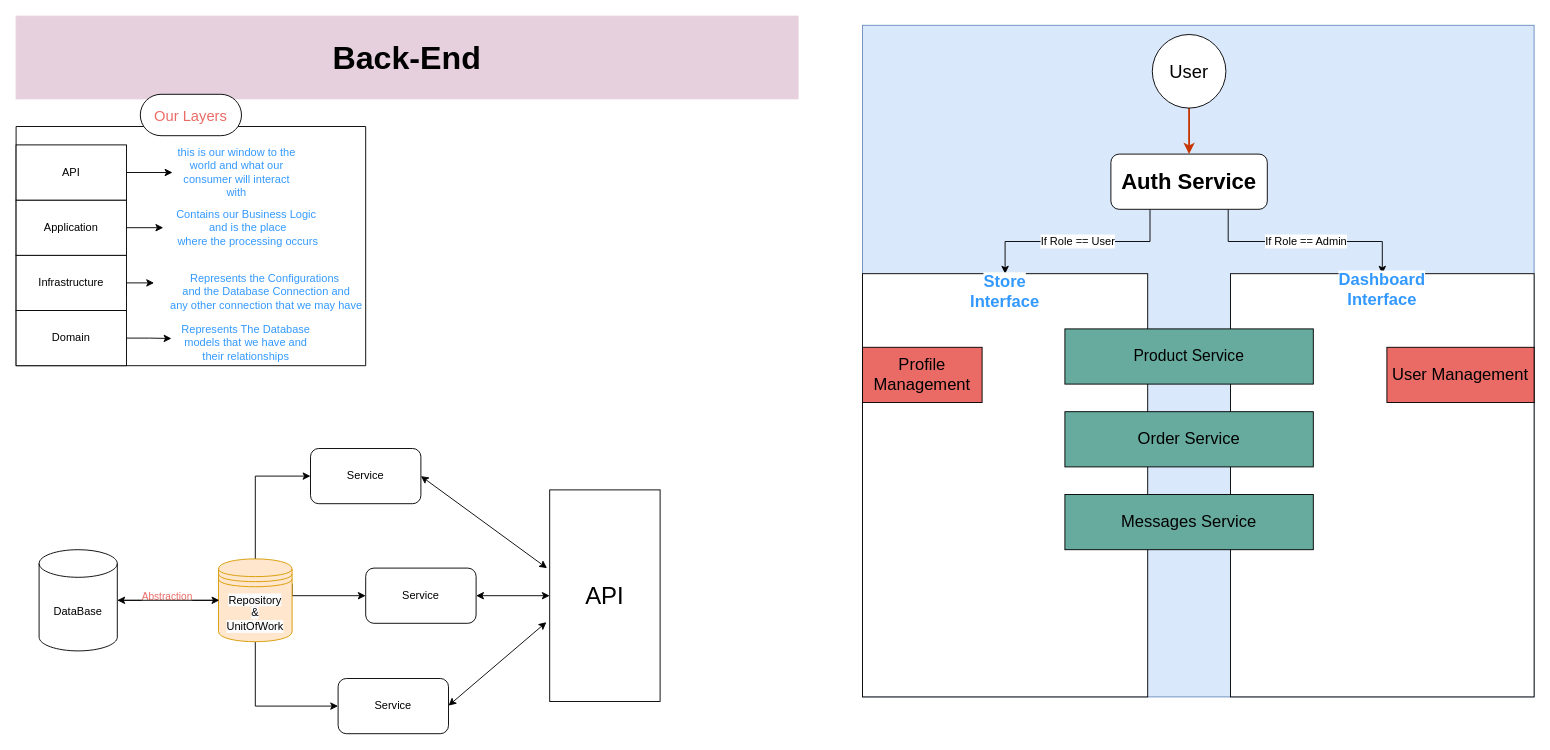
Above: Untitled Diagram.drawio in Ozzy-ZY/Ctrl_P_backEnd (draw.io), before the change. Source tidied: cells renumbered, new cells numbered last; positions are measured from the earlier drawing's top-left corner, leaving out a move shared by most shapes. Both pictures are drawn from the tidied source at 92%, with x=0, y=0 at pixel (16, 16).
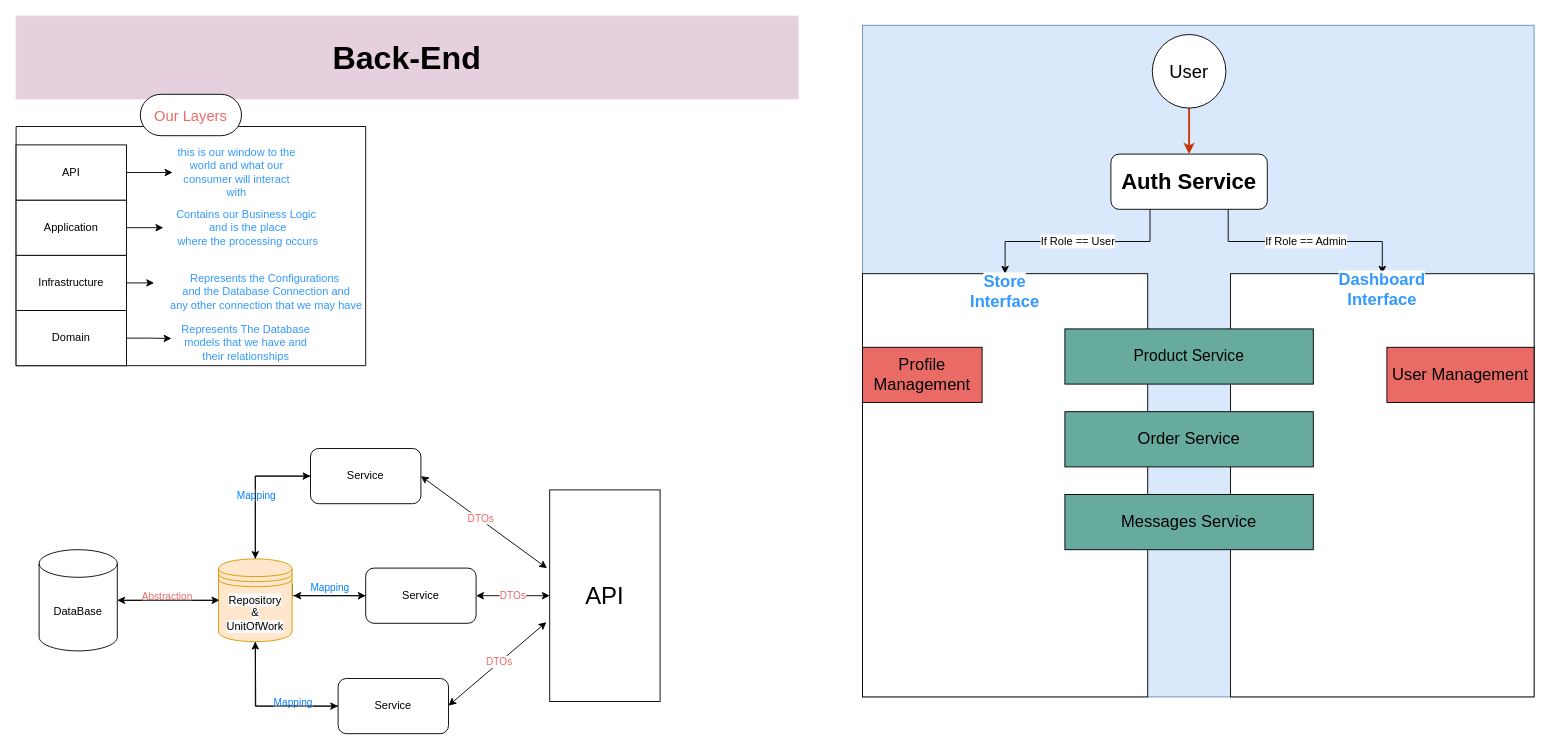
After the change.

The change refers to these unchanged cells:
```xml
<mxCell id="35" style="edgeStyle=orthogonalEdgeStyle;rounded=0;jettySize=auto;html=1;exitX=0.5;exitY=0;exitDx=0;exitDy=0;entryX=0;entryY=0.5;entryDx=0;entryDy=0;" parent="1" edge="1" source="38" target="42">
  <mxGeometry relative="1" as="geometry" />
</mxCell>
<mxCell id="36" style="edgeStyle=orthogonalEdgeStyle;rounded=0;jettySize=auto;html=1;exitX=1;exitY=0.3;exitDx=0;exitDy=0;entryX=0;entryY=0.5;entryDx=0;entryDy=0;" parent="1" edge="1" source="38" target="41">
  <mxGeometry relative="1" as="geometry">
    <Array as="points">
      <mxPoint x="300" y="630" />
    </Array>
  </mxGeometry>
</mxCell>
<mxCell id="37" style="edgeStyle=orthogonalEdgeStyle;rounded=0;jettySize=auto;html=1;exitX=0.5;exitY=1;exitDx=0;exitDy=0;entryX=0;entryY=0.5;entryDx=0;entryDy=0;" parent="1" edge="1" source="38" target="40">
  <mxGeometry relative="1" as="geometry" />
</mxCell>
<mxCell id="38" value="&lt;span style=&quot;color: rgb(0, 0, 0); font-family: Helvetica; font-size: 12px; font-style: normal; font-variant-ligatures: normal; font-variant-caps: normal; font-weight: 400; letter-spacing: normal; orphans: 2; text-align: center; text-indent: 0px; text-transform: none; widows: 2; word-spacing: 0px; -webkit-text-stroke-width: 0px; white-space: normal; background-color: rgb(251, 251, 251); text-decoration-thickness: initial; text-decoration-style: initial; text-decoration-color: initial; display: inline !important; float: none;&quot;&gt;Repository&lt;/span&gt;&lt;div&gt;&lt;span style=&quot;color: rgb(0, 0, 0); font-family: Helvetica; font-size: 12px; font-style: normal; font-variant-ligatures: normal; font-variant-caps: normal; font-weight: 400; letter-spacing: normal; orphans: 2; text-align: center; text-indent: 0px; text-transform: none; widows: 2; word-spacing: 0px; -webkit-text-stroke-width: 0px; white-space: normal; background-color: rgb(251, 251, 251); text-decoration-thickness: initial; text-decoration-style: initial; text-decoration-color: initial; display: inline !important; float: none;&quot;&gt;&amp;amp;&lt;/span&gt;&lt;/div&gt;&lt;div&gt;&lt;span style=&quot;color: rgb(0, 0, 0); font-family: Helvetica; font-size: 12px; font-style: normal; font-variant-ligatures: normal; font-variant-caps: normal; font-weight: 400; letter-spacing: normal; orphans: 2; text-align: center; text-indent: 0px; text-transform: none; widows: 2; word-spacing: 0px; -webkit-text-stroke-width: 0px; white-space: normal; background-color: rgb(251, 251, 251); text-decoration-thickness: initial; text-decoration-style: initial; text-decoration-color: initial; display: inline !important; float: none;&quot;&gt;UnitOfWork&lt;/span&gt;&lt;/div&gt;" style="shape=datastore;whiteSpace=wrap;html=1;fillColor=#ffe6cc;strokeColor=#d79b00;" parent="1" vertex="1">
  <mxGeometry x="220" y="590" width="80" height="90" as="geometry" />
</mxCell>
<mxCell id="40" value="Service" style="rounded=1;whiteSpace=wrap;html=1;" parent="1" vertex="1">
  <mxGeometry x="350" y="720" width="120" height="60" as="geometry" />
</mxCell>
<mxCell id="41" value="Service" style="rounded=1;whiteSpace=wrap;html=1;" parent="1" vertex="1">
  <mxGeometry x="380" y="600" width="120" height="60" as="geometry" />
</mxCell>
<mxCell id="42" value="Service" style="rounded=1;whiteSpace=wrap;html=1;" parent="1" vertex="1">
  <mxGeometry x="320" y="470" width="120" height="60" as="geometry" />
</mxCell>
<mxCell id="43" value="&lt;font style=&quot;font-size: 26px;&quot;&gt;API&lt;/font&gt;" style="rounded=0;whiteSpace=wrap;html=1;" parent="1" vertex="1">
  <mxGeometry x="580" y="515" width="120" height="230" as="geometry" />
</mxCell>
<mxCell id="44" style="endArrow=classic;startArrow=classic;html=1;rounded=0;exitX=1;exitY=0.5;exitDx=0;exitDy=0;entryX=-0.024;entryY=0.37;entryDx=0;entryDy=0;entryPerimeter=0;" parent="1" edge="1" source="42" target="43">
  <mxGeometry relative="1" as="geometry" />
</mxCell>
<mxCell id="46" style="endArrow=classic;startArrow=classic;html=1;rounded=0;entryX=-0.03;entryY=0.625;entryDx=0;entryDy=0;exitX=1;exitY=0.5;exitDx=0;exitDy=0;entryPerimeter=0;" parent="1" edge="1" target="43">
  <mxGeometry relative="1" as="geometry">
    <mxPoint x="470" y="749.5" as="sourcePoint" />
  </mxGeometry>
</mxCell>
```

Change to the diagram source:
```diff
@@
+    <mxCell id="47" value="Mapping" style="edgeLabel;html=1;align=center;verticalAlign=middle;fontColor=#007FFF;" parent="35" vertex="1">
+      <mxGeometry y="1" relative="1" as="geometry">
+        <mxPoint x="1" y="5" as="offset" />
+      </mxGeometry>
+    </mxCell>
@@
+    <mxCell id="48" value="Mapping" style="edgeLabel;html=1;align=center;verticalAlign=middle;fontColor=#007FFF;" parent="36" vertex="1">
+      <mxGeometry x="-0.01" y="-3" relative="1" as="geometry">
+        <mxPoint x="7" y="-13" as="offset" />
+      </mxGeometry>
+    </mxCell>
@@
+    <mxCell id="49" value="Mapping" style="edgeLabel;html=1;align=center;verticalAlign=middle;fontColor=#007FFF;" parent="37" vertex="1">
+      <mxGeometry x="0.38" y="-1" relative="1" as="geometry">
+        <mxPoint y="-6" as="offset" />
+      </mxGeometry>
+    </mxCell>
@@
+    <mxCell id="50" style="edgeStyle=orthogonalEdgeStyle;rounded=0;jettySize=auto;html=1;exitX=0;exitY=0.5;exitDx=0;exitDy=0;" parent="1" edge="1" source="40">
+      <mxGeometry relative="1" as="geometry">
+        <mxPoint x="260" y="680" as="targetPoint" />
+      </mxGeometry>
+    </mxCell>
@@
+    <mxCell id="51" style="edgeStyle=orthogonalEdgeStyle;rounded=0;jettySize=auto;html=1;exitX=0;exitY=0.5;exitDx=0;exitDy=0;entryX=0.5;entryY=0;entryDx=0;entryDy=0;" parent="1" edge="1" source="42" target="38">
+      <mxGeometry relative="1" as="geometry" />
+    </mxCell>
@@
+    <mxCell id="52" value="DTOs" style="edgeLabel;html=1;align=center;verticalAlign=middle;fontColor=#EA6B66;" parent="44" vertex="1">
+      <mxGeometry x="-0.06" y="-1" relative="1" as="geometry">
+        <mxPoint y="-2" as="offset" />
+      </mxGeometry>
+    </mxCell>
-    <mxCell id="45" style="endArrow=classic;startArrow=classic;html=1;rounded=0;entryX=0;entryY=0.5;entryDx=0;entryDy=0;exitX=1;exitY=0.5;exitDx=0;exitDy=0;" parent="1" edge="1" source="41" target="43">
-      <mxGeometry relative="1" as="geometry" />
+    <mxCell id="45" value="DTOs" style="endArrow=classic;startArrow=classic;html=1;rounded=0;entryX=0;entryY=0.5;entryDx=0;entryDy=0;exitX=1;exitY=0.5;exitDx=0;exitDy=0;fontColor=#EA6B66;" parent="1" edge="1">
+      <mxGeometry relative="1" as="geometry">
+        <mxPoint x="500" y="630" as="sourcePoint" />
+        <mxPoint x="580" y="630" as="targetPoint" />
+      </mxGeometry>
     </mxCell>
@@
+    <mxCell id="53" value="DTOs" style="edgeLabel;html=1;align=center;verticalAlign=middle;fontColor=#EA6B66;" parent="46" vertex="1">
+      <mxGeometry x="0.05" y="1" relative="1" as="geometry" />
+    </mxCell>
+    <mxCell id="54" style="edgeStyle=orthogonalEdgeStyle;rounded=0;jettySize=auto;html=1;exitX=0;exitY=0.5;exitDx=0;exitDy=0;entryX=1.017;entryY=0.444;entryDx=0;entryDy=0;entryPerimeter=0;" parent="1" edge="1" source="41" target="38">
+      <mxGeometry relative="1" as="geometry" />
+    </mxCell>
```
